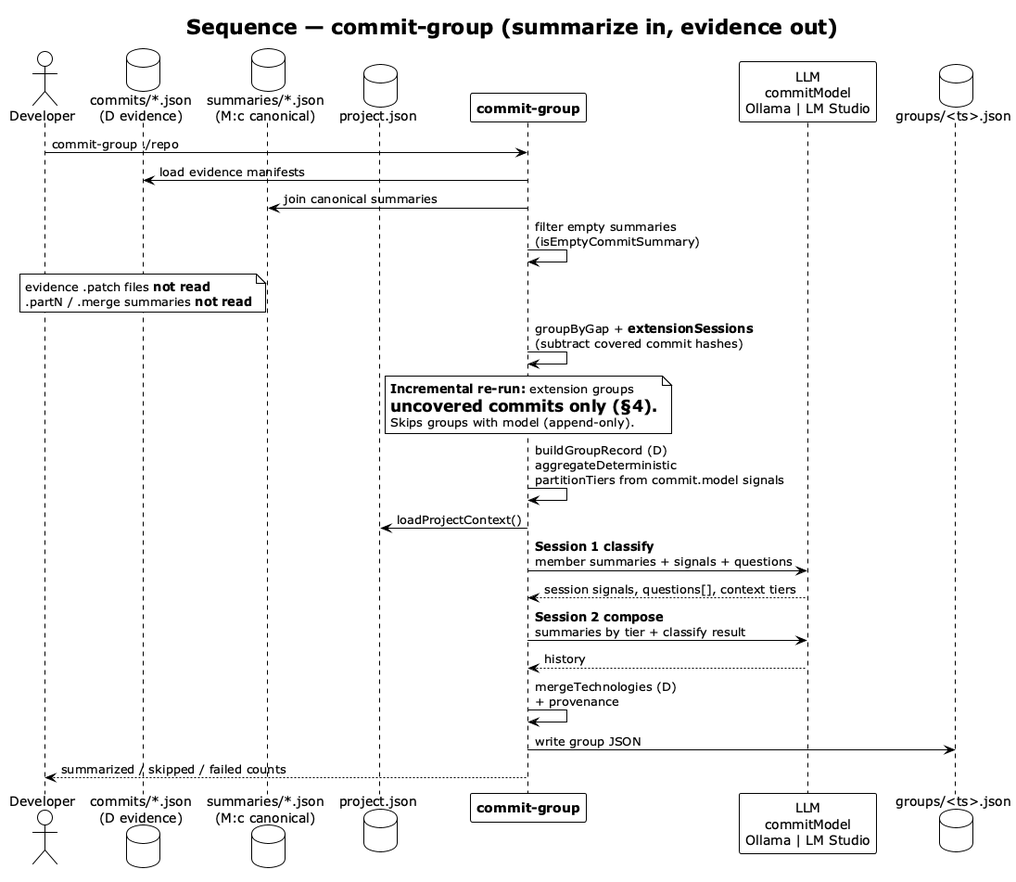
vzakharchenko/dev-workgraph keeps this PlantUML diagram as img/commit-group-sequence.png. Above is the earlier version.
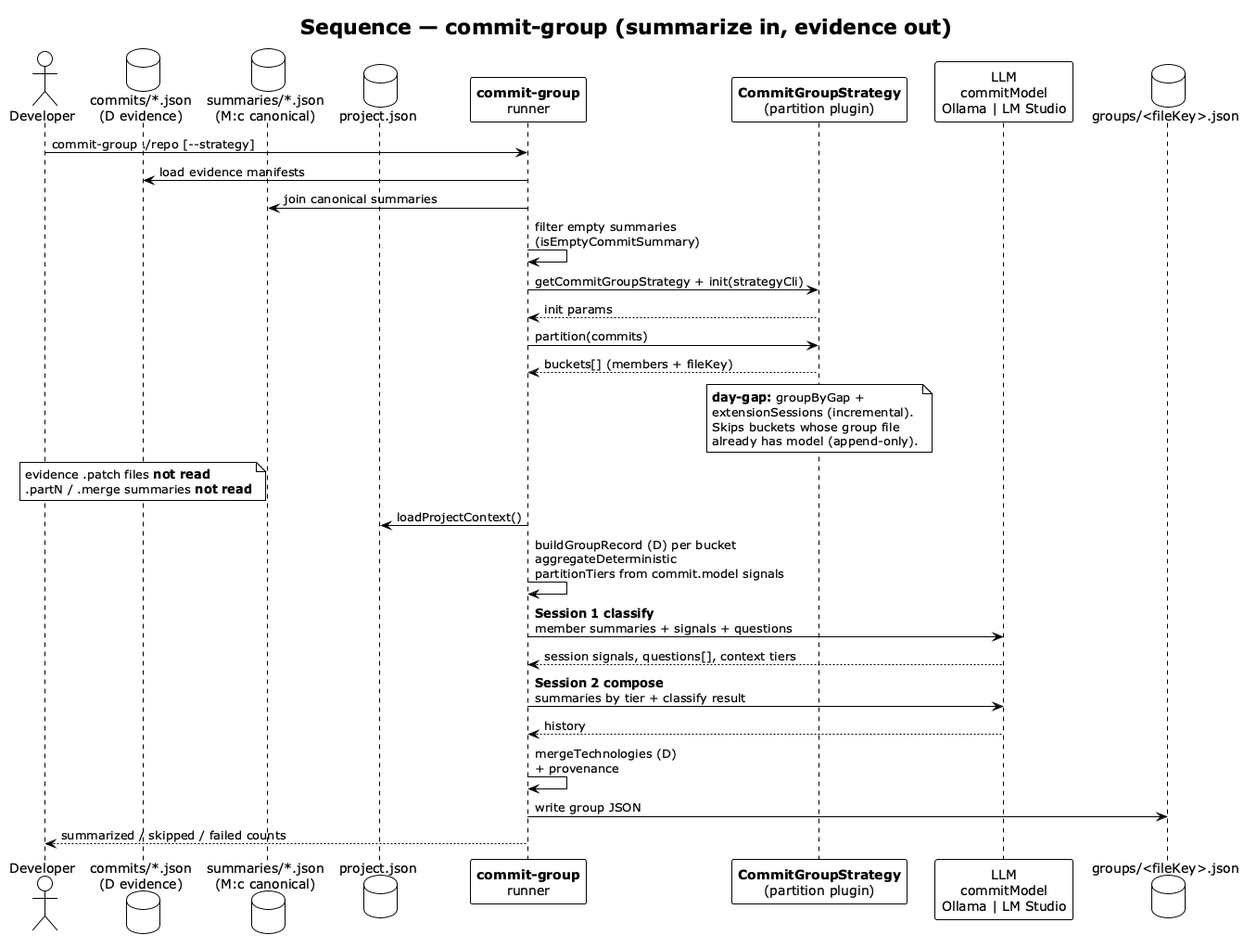
After the commit.

Diff of the diagram source:
```diff
@@ -8,32 +8,38 @@
 database "commits/*.json\n(D evidence)" as COMM
 database "summaries/*.json\n(M:c canonical)" as SUMM
 database "project.json" as PJ
-participant "**commit-group**" as CG
+participant "**commit-group**\nrunner" as CG
+participant "**CommitGroupStrategy**\n(partition plugin)" as STRAT
 participant "LLM\ncommitModel\nOllama | LM Studio" as LLM
-database "groups/<ts>.json" as GRP
+database "groups/<fileKey>.json" as GRP
 
-DEV -> CG : commit-group ./repo
+DEV -> CG : commit-group ./repo [--strategy]
 
 CG -> COMM : load evidence manifests
 CG -> SUMM : join canonical summaries
 CG -> CG : filter empty summaries\n(isEmptyCommitSummary)
+
+CG -> STRAT : getCommitGroupStrategy + init(strategyCli)
+STRAT --> CG : init params
+
+CG -> STRAT : partition(commits)
+STRAT --> CG : buckets[] (members + fileKey)
+
+note over STRAT
+  **day-gap:** groupByGap +
+  extensionSessions (incremental).
+  Skips buckets whose group file
+  already has model (append-only).
+end note
 
 note over COMM
   evidence .patch files **not read**
   .partN / .merge summaries **not read**
 end note
 
-CG -> CG : groupByGap + **extensionSessions**\n(subtract covered commit hashes)
+CG -> PJ : loadProjectContext()
 
-note over CG
-  **Incremental re-run:** extension groups
-  = uncovered commits only (§4).
-  Skips groups with model (append-only).
-end note
-
-CG -> CG : buildGroupRecord (D)\naggregateDeterministic\npartitionTiers from commit.model signals
-
-CG -> PJ : loadProjectContext()
+CG -> CG : buildGroupRecord (D) per bucket\naggregateDeterministic\npartitionTiers from commit.model signals
 
 CG -> LLM : **Session 1 classify**\nmember summaries + signals + questions
 LLM --> CG : session signals, questions[], context tiers
```
